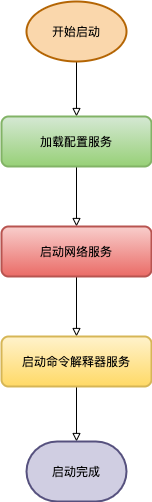
Before: docs/images/服务端启动流程图.png, a diagram exported from draw.io (pangxianhai/myredis). Source tidied: cells renumbered, new cells last; positions are measured from the earlier drawing's top-left corner, leaving out a move shared by most shapes.
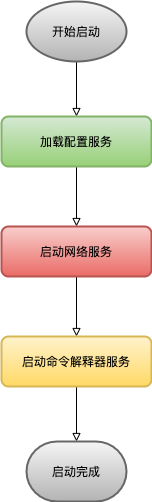
After the commit.

Diff of the diagram source:
```diff
@@ -5,7 +5,7 @@
     <mxCell id="2" style="edgeStyle=orthogonalEdgeStyle;rounded=0;jettySize=auto;html=1;exitX=0.5;exitY=1;exitDx=0;exitDy=0;exitPerimeter=0;entryX=0.5;entryY=0;entryDx=0;entryDy=0;endArrow=block;endFill=0;" parent="1" edge="1" source="3" target="5">
       <mxGeometry relative="1" as="geometry" />
     </mxCell>
-    <mxCell id="3" value="开始启动" style="strokeWidth=2;html=1;shape=mxgraph.flowchart.start_1;whiteSpace=wrap;fillColor=#fad7ac;strokeColor=#b46504;" parent="1" vertex="1">
+    <mxCell id="3" value="开始启动" style="strokeWidth=2;html=1;shape=mxgraph.flowchart.start_1;whiteSpace=wrap;gradientColor=#b3b3b3;fillColor=#f5f5f5;strokeColor=#666666;" parent="1" vertex="1">
       <mxGeometry x="25" width="100" height="60" as="geometry" />
     </mxCell>
     <mxCell id="4" style="edgeStyle=orthogonalEdgeStyle;rounded=0;jettySize=auto;html=1;exitX=0.5;exitY=1;exitDx=0;exitDy=0;endArrow=block;endFill=0;" parent="1" edge="1" source="5" target="7">
@@ -26,7 +26,7 @@
     <mxCell id="9" value="启动命令解释器服务" style="rounded=1;whiteSpace=wrap;html=1;absoluteArcSize=1;arcSize=14;strokeWidth=2;gradientColor=#ffd966;fillColor=#fff2cc;strokeColor=#d6b656;" parent="1" vertex="1">
       <mxGeometry y="335" width="150" height="50" as="geometry" />
     </mxCell>
-    <mxCell id="10" value="启动完成" style="strokeWidth=2;html=1;shape=mxgraph.flowchart.terminator;whiteSpace=wrap;fillColor=#d0cee2;strokeColor=#56517e;" parent="1" vertex="1">
+    <mxCell id="10" value="启动完成" style="strokeWidth=2;html=1;shape=mxgraph.flowchart.terminator;whiteSpace=wrap;fillColor=#f5f5f5;strokeColor=#666666;gradientColor=#b3b3b3;" parent="1" vertex="1">
       <mxGeometry x="25" y="440" width="100" height="60" as="geometry" />
     </mxCell>
   </root>
```
